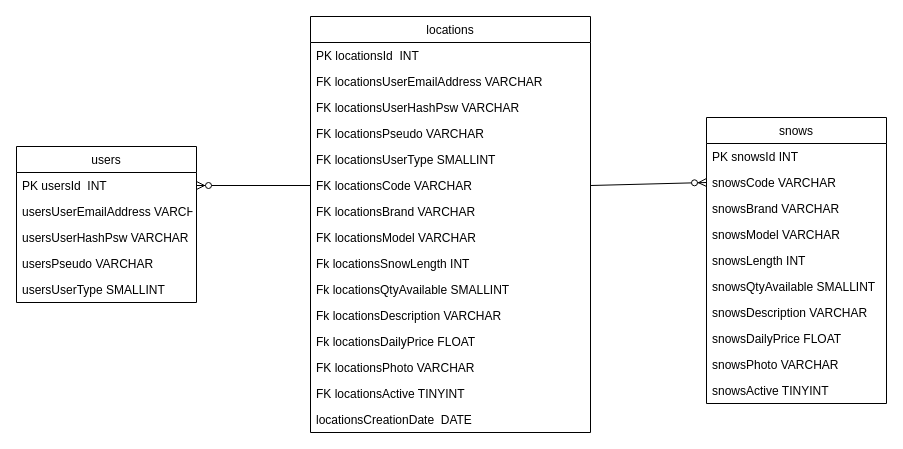
Above: page "MLD" (2 of 2) of Documentation/modèlesDB.drawio in KevinAlvesLufky/ProjetWeb_BDD (draw.io), before the change. Source tidied: cells renumbered, new cells numbered last; positions are measured from the earlier drawing's top-left corner, leaving out a move shared by most shapes. Both pictures are drawn from the tidied source at 100%, with x=0, y=0 at pixel (16, 16).
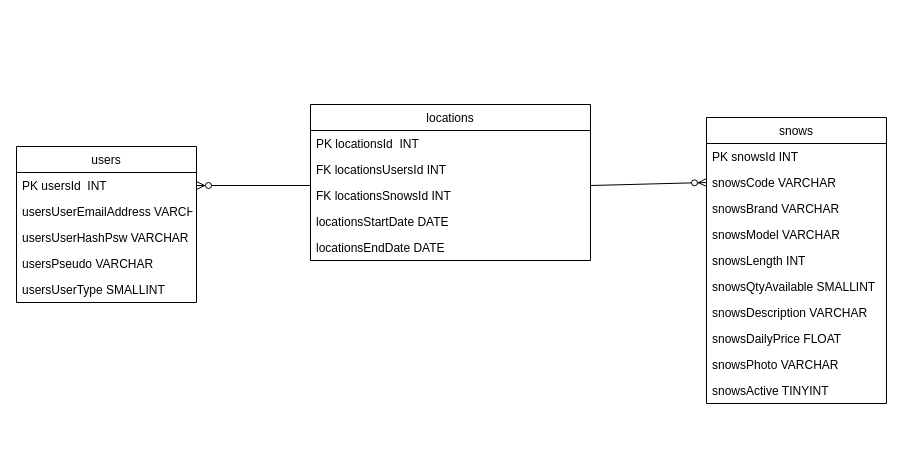
The same diagram, later.

The change refers to these unchanged cells:
```xml
<mxCell id="3" value="PK usersId  INT" style="text;strokeColor=none;fillColor=none;align=left;verticalAlign=top;spacingLeft=4;spacingRight=4;overflow=hidden;points=[[0,0.5],[1,0.5]];portConstraint=eastwest;" parent="2" vertex="1">
  <mxGeometry y="26" width="180" height="26" as="geometry" />
</mxCell>
<mxCell id="10" value="snowsCode VARCHAR" style="text;strokeColor=none;fillColor=none;align=left;verticalAlign=top;spacingLeft=4;spacingRight=4;overflow=hidden;points=[[0,0.5],[1,0.5]];portConstraint=eastwest;" parent="8" vertex="1">
  <mxGeometry y="52" width="180" height="26" as="geometry" />
</mxCell>
```

Diff of the diagram source:
```diff
@@
     <mxCell id="19" value="locations" style="swimlane;fontStyle=0;horizontal=1;startSize=26;fillColor=none;" parent="1" vertex="1">
-      <mxGeometry x="294" width="280" height="416" as="geometry" />
+      <mxGeometry x="294" y="88" width="280" height="156" as="geometry" />
     </mxCell>
@@
-    <mxCell id="21" value="FK locationsUserEmailAddress VARCHAR" style="text;strokeColor=none;fillColor=none;align=left;verticalAlign=top;spacingLeft=4;spacingRight=4;overflow=hidden;" parent="19" vertex="1">
+    <mxCell id="21" value="FK locationsUsersId INT" style="text;strokeColor=none;fillColor=none;align=left;verticalAlign=top;spacingLeft=4;spacingRight=4;overflow=hidden;" parent="19" vertex="1">
       <mxGeometry y="52" width="280" height="26" as="geometry" />
     </mxCell>
-    <mxCell id="22" value="FK locationsUserHashPsw VARCHAR" style="text;strokeColor=none;fillColor=none;align=left;verticalAlign=top;spacingLeft=4;spacingRight=4;overflow=hidden;" parent="19" vertex="1">
+    <mxCell id="22" value="FK locationsSnowsId INT" style="text;strokeColor=none;fillColor=none;align=left;verticalAlign=top;spacingLeft=4;spacingRight=4;overflow=hidden;" parent="19" vertex="1">
       <mxGeometry y="78" width="280" height="26" as="geometry" />
     </mxCell>
-    <mxCell id="23" value="FK locationsPseudo VARCHAR" style="text;strokeColor=none;fillColor=none;align=left;verticalAlign=top;spacingLeft=4;spacingRight=4;overflow=hidden;" parent="19" vertex="1">
-      <mxGeometry y="104" width="280" height="26" as="geometry" />
-    </mxCell>
-    <mxCell id="24" value="FK locationsUserType SMALLINT" style="text;strokeColor=none;fillColor=none;align=left;verticalAlign=top;spacingLeft=4;spacingRight=4;overflow=hidden;" parent="19" vertex="1">
-      <mxGeometry y="130" width="280" height="26" as="geometry" />
-    </mxCell>
-    <mxCell id="25" value="FK locationsCode VARCHAR" style="text;strokeColor=none;fillColor=none;align=left;verticalAlign=top;spacingLeft=4;spacingRight=4;overflow=hidden;points=[[0,0.5],[1,0.5]];portConstraint=eastwest;" parent="19" vertex="1">
-      <mxGeometry y="156" width="280" height="26" as="geometry" />
-    </mxCell>
-    <mxCell id="26" value="FK locationsBrand VARCHAR" style="text;strokeColor=none;fillColor=none;align=left;verticalAlign=top;spacingLeft=4;spacingRight=4;overflow=hidden;" parent="19" vertex="1">
-      <mxGeometry y="182" width="280" height="26" as="geometry" />
-    </mxCell>
-    <mxCell id="27" value="FK locationsModel VARCHAR" style="text;strokeColor=none;fillColor=none;align=left;verticalAlign=top;spacingLeft=4;spacingRight=4;overflow=hidden;" parent="19" vertex="1">
-      <mxGeometry y="208" width="280" height="26" as="geometry" />
-    </mxCell>
-    <mxCell id="28" value="Fk locationsSnowLength INT" style="text;strokeColor=none;fillColor=none;align=left;verticalAlign=top;spacingLeft=4;spacingRight=4;overflow=hidden;" parent="19" vertex="1">
-      <mxGeometry y="234" width="280" height="26" as="geometry" />
-    </mxCell>
-    <mxCell id="29" value="Fk locationsQtyAvailable SMALLINT" style="text;strokeColor=none;fillColor=none;align=left;verticalAlign=top;spacingLeft=4;spacingRight=4;overflow=hidden;" parent="19" vertex="1">
-      <mxGeometry y="260" width="280" height="26" as="geometry" />
-    </mxCell>
-    <mxCell id="30" value="Fk locationsDescription VARCHAR" style="text;strokeColor=none;fillColor=none;align=left;verticalAlign=top;spacingLeft=4;spacingRight=4;overflow=hidden;" parent="19" vertex="1">
-      <mxGeometry y="286" width="280" height="26" as="geometry" />
-    </mxCell>
-    <mxCell id="31" value="Fk locationsDailyPrice FLOAT" style="text;strokeColor=none;fillColor=none;align=left;verticalAlign=top;spacingLeft=4;spacingRight=4;overflow=hidden;" parent="19" vertex="1">
-      <mxGeometry y="312" width="280" height="26" as="geometry" />
-    </mxCell>
-    <mxCell id="32" value="FK locationsPhoto VARCHAR" style="text;strokeColor=none;fillColor=none;align=left;verticalAlign=top;spacingLeft=4;spacingRight=4;overflow=hidden;" parent="19" vertex="1">
-      <mxGeometry y="338" width="280" height="26" as="geometry" />
-    </mxCell>
-    <mxCell id="33" value="FK locationsActive TINYINT" style="text;strokeColor=none;fillColor=none;align=left;verticalAlign=top;spacingLeft=4;spacingRight=4;overflow=hidden;" parent="19" vertex="1">
-      <mxGeometry y="364" width="280" height="26" as="geometry" />
-    </mxCell>
-    <mxCell id="34" value="locationsCreationDate  DATE" style="text;strokeColor=none;fillColor=none;align=left;verticalAlign=top;spacingLeft=4;spacingRight=4;overflow=hidden;" parent="19" vertex="1">
-      <mxGeometry y="390" width="280" height="26" as="geometry" />
-    </mxCell>
+    <mxCell id="37" value="locationsStartDate DATE" style="text;strokeColor=none;fillColor=none;align=left;verticalAlign=top;spacingLeft=4;spacingRight=4;overflow=hidden;" parent="19" vertex="1">
+      <mxGeometry y="104" width="280" height="26" as="geometry" />
+    </mxCell>
+    <mxCell id="38" value="locationsEndDate DATE" style="text;strokeColor=none;fillColor=none;align=left;verticalAlign=top;spacingLeft=4;spacingRight=4;overflow=hidden;" parent="19" vertex="1">
+      <mxGeometry y="130" width="280" height="26" as="geometry" />
+    </mxCell>
-    <mxCell id="35" style="endArrow=none;html=1;exitX=1;exitY=0.5;exitDx=0;exitDy=0;entryX=0;entryY=0.5;entryDx=0;entryDy=0;startArrow=ERzeroToMany;startFill=1;" parent="1" edge="1" source="3" target="25">
-      <mxGeometry relative="1" as="geometry" />
+    <mxCell id="35" style="endArrow=none;html=1;exitX=1;exitY=0.5;exitDx=0;exitDy=0;entryX=0;entryY=0.5;entryDx=0;entryDy=0;startArrow=ERzeroToMany;startFill=1;" parent="1" edge="1" source="3">
+      <mxGeometry relative="1" as="geometry">
+        <mxPoint x="294" y="169" as="targetPoint" />
+      </mxGeometry>
     </mxCell>
-    <mxCell id="36" style="endArrow=ERzeroToMany;html=1;entryX=0;entryY=0.5;entryDx=0;entryDy=0;endFill=1;exitX=1;exitY=0.5;exitDx=0;exitDy=0;" parent="1" edge="1" source="25" target="10">
-      <mxGeometry relative="1" as="geometry" />
+    <mxCell id="36" style="endArrow=ERzeroToMany;html=1;entryX=0;entryY=0.5;entryDx=0;entryDy=0;endFill=1;exitX=1;exitY=0.5;exitDx=0;exitDy=0;" parent="1" edge="1" target="10">
+      <mxGeometry relative="1" as="geometry">
+        <mxPoint x="574" y="169" as="sourcePoint" />
+      </mxGeometry>
     </mxCell>
```
